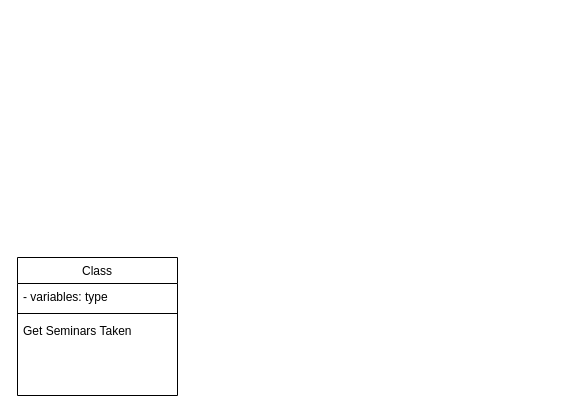
Before: Untitled Diagram.drawio in S-Luther/UML-Diagrams, a draw.io diagram. Source tidied: cells renumbered, new cells numbered last; positions are measured from the earlier drawing's top-left corner, leaving out a move shared by most shapes. Both pictures are drawn from the tidied source at 100%, with x=0, y=0 at pixel (17, 257).
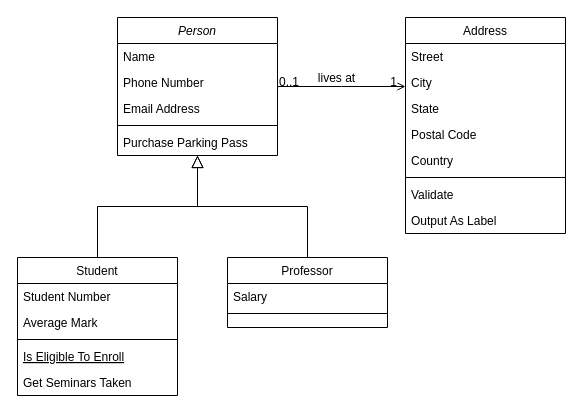
The same diagram, later.

What changed in the source:
```diff
@@
+    <mxCell id="6" value="Person" style="swimlane;fontStyle=2;align=center;verticalAlign=top;horizontal=1;startSize=26;rounded=0;shadow=0;strokeWidth=1;" parent="1" vertex="1">
+      <mxGeometry x="100" y="-240" width="160" height="138" as="geometry" />
+    </mxCell>
+    <mxCell id="7" value="Name" style="text;align=left;verticalAlign=top;spacingLeft=4;spacingRight=4;overflow=hidden;" parent="6" vertex="1">
+      <mxGeometry y="26" width="160" height="26" as="geometry" />
+    </mxCell>
+    <mxCell id="8" value="Phone Number" style="text;align=left;verticalAlign=top;spacingLeft=4;spacingRight=4;overflow=hidden;rounded=0;shadow=0;html=0;" parent="6" vertex="1">
+      <mxGeometry y="52" width="160" height="26" as="geometry" />
+    </mxCell>
+    <mxCell id="9" value="Email Address" style="text;align=left;verticalAlign=top;spacingLeft=4;spacingRight=4;overflow=hidden;rounded=0;shadow=0;html=0;" parent="6" vertex="1">
+      <mxGeometry y="78" width="160" height="26" as="geometry" />
+    </mxCell>
+    <mxCell id="10" style="line;html=1;strokeWidth=1;align=left;verticalAlign=middle;spacingTop=-1;spacingLeft=3;spacingRight=3;labelPosition=right;" parent="6" vertex="1">
+      <mxGeometry y="104" width="160" height="8" as="geometry" />
+    </mxCell>
+    <mxCell id="11" value="Purchase Parking Pass" style="text;align=left;verticalAlign=top;spacingLeft=4;spacingRight=4;overflow=hidden;" parent="6" vertex="1">
+      <mxGeometry y="112" width="160" height="26" as="geometry" />
+    </mxCell>
-    <mxCell id="2" value="Class" style="swimlane;fontStyle=0;align=center;verticalAlign=top;horizontal=1;startSize=26;rounded=0;shadow=0;strokeWidth=1;" parent="1" vertex="1">
+    <mxCell id="2" value="Student" style="swimlane;fontStyle=0;align=center;verticalAlign=top;horizontal=1;startSize=26;rounded=0;shadow=0;strokeWidth=1;" parent="1" vertex="1">
       <mxGeometry width="160" height="138" as="geometry" />
     </mxCell>
-    <mxCell id="3" value="- variables: type" style="text;align=left;verticalAlign=top;spacingLeft=4;spacingRight=4;overflow=hidden;" parent="2" vertex="1">
+    <mxCell id="3" value="Student Number" style="text;align=left;verticalAlign=top;spacingLeft=4;spacingRight=4;overflow=hidden;" parent="2" vertex="1">
       <mxGeometry y="26" width="160" height="26" as="geometry" />
     </mxCell>
+    <mxCell id="12" value="Average Mark" style="text;align=left;verticalAlign=top;spacingLeft=4;spacingRight=4;overflow=hidden;rounded=0;shadow=0;html=0;" parent="2" vertex="1">
+      <mxGeometry y="52" width="160" height="26" as="geometry" />
+    </mxCell>
     <mxCell id="4" style="line;html=1;strokeWidth=1;align=left;verticalAlign=middle;spacingTop=-1;spacingLeft=3;spacingRight=3;labelPosition=right;" parent="2" vertex="1">
-      <mxGeometry y="52" width="160" height="8" as="geometry" />
+      <mxGeometry y="78" width="160" height="8" as="geometry" />
     </mxCell>
+    <mxCell id="13" value="Is Eligible To Enroll" style="text;align=left;verticalAlign=top;spacingLeft=4;spacingRight=4;overflow=hidden;fontStyle=4;" parent="2" vertex="1">
+      <mxGeometry y="86" width="160" height="26" as="geometry" />
+    </mxCell>
     <mxCell id="5" value="Get Seminars Taken" style="text;align=left;verticalAlign=top;spacingLeft=4;spacingRight=4;overflow=hidden;" parent="2" vertex="1">
-      <mxGeometry y="60" width="160" height="26" as="geometry" />
+      <mxGeometry y="112" width="160" height="26" as="geometry" />
     </mxCell>
+    <mxCell id="14" style="endArrow=block;endSize=10;endFill=0;shadow=0;strokeWidth=1;rounded=0;edgeStyle=elbowEdgeStyle;elbow=vertical;" parent="1" edge="1" source="2" target="6">
+      <mxGeometry relative="1" as="geometry" />
+    </mxCell>
+    <mxCell id="15" value="Professor" style="swimlane;fontStyle=0;align=center;verticalAlign=top;horizontal=1;startSize=26;rounded=0;shadow=0;strokeWidth=1;" parent="1" vertex="1">
+      <mxGeometry x="210" width="160" height="70" as="geometry" />
+    </mxCell>
+    <mxCell id="16" value="Salary" style="text;align=left;verticalAlign=top;spacingLeft=4;spacingRight=4;overflow=hidden;" parent="15" vertex="1">
+      <mxGeometry y="26" width="160" height="26" as="geometry" />
+    </mxCell>
+    <mxCell id="17" style="line;html=1;strokeWidth=1;align=left;verticalAlign=middle;spacingTop=-1;spacingLeft=3;spacingRight=3;labelPosition=right;" parent="15" vertex="1">
+      <mxGeometry y="52" width="160" height="8" as="geometry" />
+    </mxCell>
+    <mxCell id="18" style="endArrow=block;endSize=10;endFill=0;shadow=0;strokeWidth=1;rounded=0;edgeStyle=elbowEdgeStyle;elbow=vertical;" parent="1" edge="1" source="15" target="6">
+      <mxGeometry relative="1" as="geometry" />
+    </mxCell>
+    <mxCell id="19" value="Address" style="swimlane;fontStyle=0;align=center;verticalAlign=top;horizontal=1;startSize=26;rounded=0;shadow=0;strokeWidth=1;" parent="1" vertex="1">
+      <mxGeometry x="388" y="-240" width="160" height="216" as="geometry" />
+    </mxCell>
+    <mxCell id="20" value="Street" style="text;align=left;verticalAlign=top;spacingLeft=4;spacingRight=4;overflow=hidden;" parent="19" vertex="1">
+      <mxGeometry y="26" width="160" height="26" as="geometry" />
+    </mxCell>
+    <mxCell id="21" value="City" style="text;align=left;verticalAlign=top;spacingLeft=4;spacingRight=4;overflow=hidden;rounded=0;shadow=0;html=0;" parent="19" vertex="1">
+      <mxGeometry y="52" width="160" height="26" as="geometry" />
+    </mxCell>
+    <mxCell id="22" value="State" style="text;align=left;verticalAlign=top;spacingLeft=4;spacingRight=4;overflow=hidden;rounded=0;shadow=0;html=0;" parent="19" vertex="1">
+      <mxGeometry y="78" width="160" height="26" as="geometry" />
+    </mxCell>
+    <mxCell id="23" value="Postal Code" style="text;align=left;verticalAlign=top;spacingLeft=4;spacingRight=4;overflow=hidden;rounded=0;shadow=0;html=0;" parent="19" vertex="1">
+      <mxGeometry y="104" width="160" height="26" as="geometry" />
+    </mxCell>
+    <mxCell id="24" value="Country" style="text;align=left;verticalAlign=top;spacingLeft=4;spacingRight=4;overflow=hidden;rounded=0;shadow=0;html=0;" parent="19" vertex="1">
+      <mxGeometry y="130" width="160" height="26" as="geometry" />
+    </mxCell>
+    <mxCell id="25" style="line;html=1;strokeWidth=1;align=left;verticalAlign=middle;spacingTop=-1;spacingLeft=3;spacingRight=3;labelPosition=right;" parent="19" vertex="1">
+      <mxGeometry y="156" width="160" height="8" as="geometry" />
+    </mxCell>
+    <mxCell id="26" value="Validate" style="text;align=left;verticalAlign=top;spacingLeft=4;spacingRight=4;overflow=hidden;" parent="19" vertex="1">
+      <mxGeometry y="164" width="160" height="26" as="geometry" />
+    </mxCell>
+    <mxCell id="27" value="Output As Label" style="text;align=left;verticalAlign=top;spacingLeft=4;spacingRight=4;overflow=hidden;" parent="19" vertex="1">
+      <mxGeometry y="190" width="160" height="26" as="geometry" />
+    </mxCell>
+    <mxCell id="28" style="endArrow=open;shadow=0;strokeWidth=1;rounded=0;endFill=1;edgeStyle=elbowEdgeStyle;elbow=vertical;" parent="1" edge="1" source="6" target="19">
+      <mxGeometry x="0.5" y="41" relative="1" as="geometry">
+        <mxPoint x="-40" y="32" as="offset" />
+      </mxGeometry>
+    </mxCell>
+    <mxCell id="29" value="0..1" style="align=left;verticalAlign=bottom;labelBackgroundColor=none;fontSize=12;" parent="28" vertex="1">
+      <mxGeometry x="-1" relative="1" as="geometry">
+        <mxPoint y="4" as="offset" />
+      </mxGeometry>
+    </mxCell>
+    <mxCell id="30" value="1" style="align=right;verticalAlign=bottom;labelBackgroundColor=none;fontSize=12;" parent="28" vertex="1">
+      <mxGeometry x="1" relative="1" as="geometry">
+        <mxPoint x="-7" y="4" as="offset" />
+      </mxGeometry>
+    </mxCell>
+    <mxCell id="31" value="lives at" style="text;html=1;align=center;verticalAlign=middle;labelBackgroundColor=none;rounded=0;shadow=0;strokeWidth=1;fontSize=12;" parent="28" vertex="1">
+      <mxGeometry x="0.5" y="49" relative="1" as="geometry">
+        <mxPoint x="-38" y="40" as="offset" />
+      </mxGeometry>
+    </mxCell>
```
